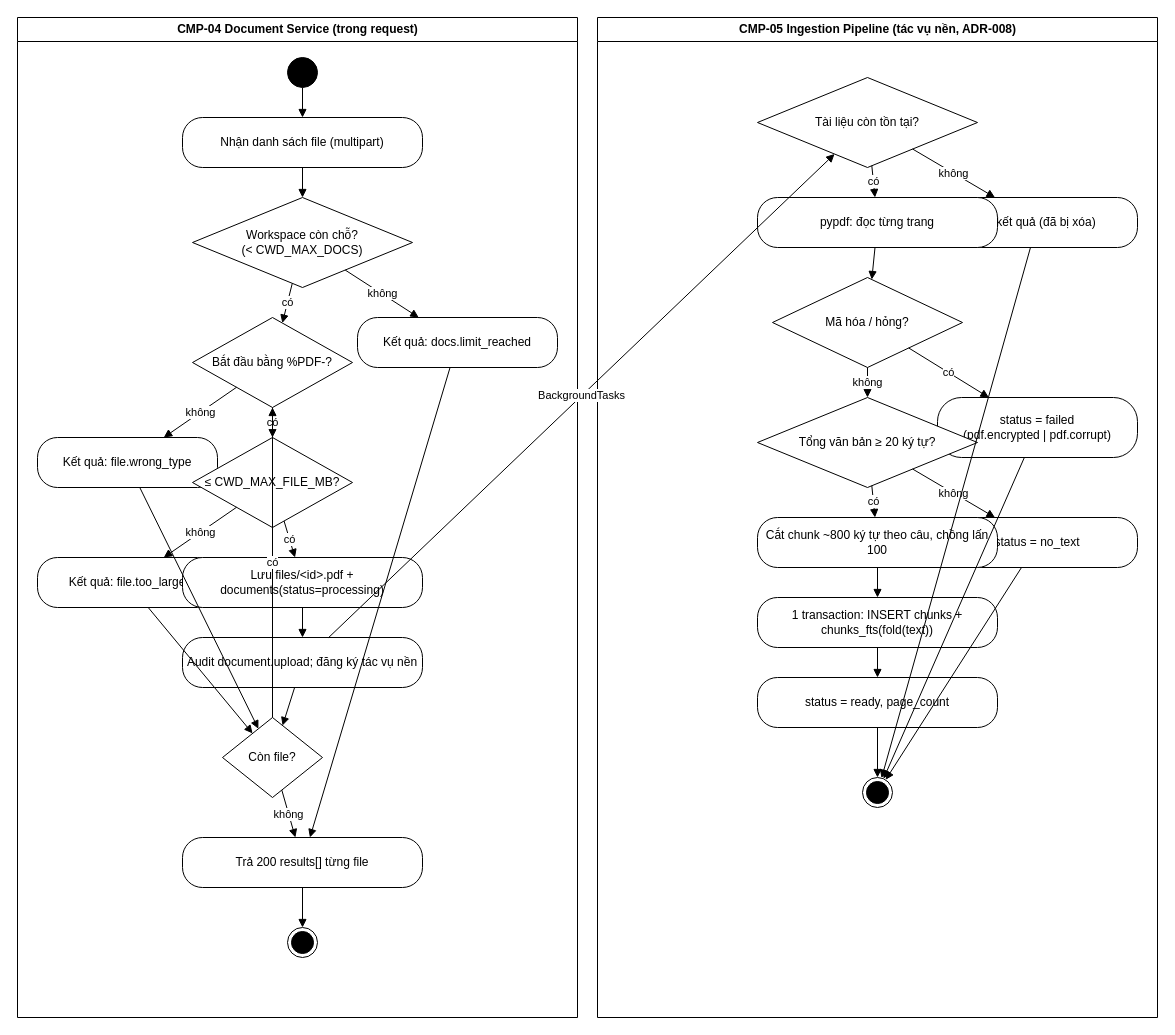
Earlier version of the draw.io diagram docs/04-design/diagrams/activity_diagram.drawio (minhtrungle/SDLC-AI-Project). Source tidied: cells renumbered, new cells numbered last; positions are measured from the earlier drawing's top-left corner, leaving out a move shared by most shapes. Both pictures are drawn from the tidied source at 100%, with x=0, y=0 at pixel (17, 17).
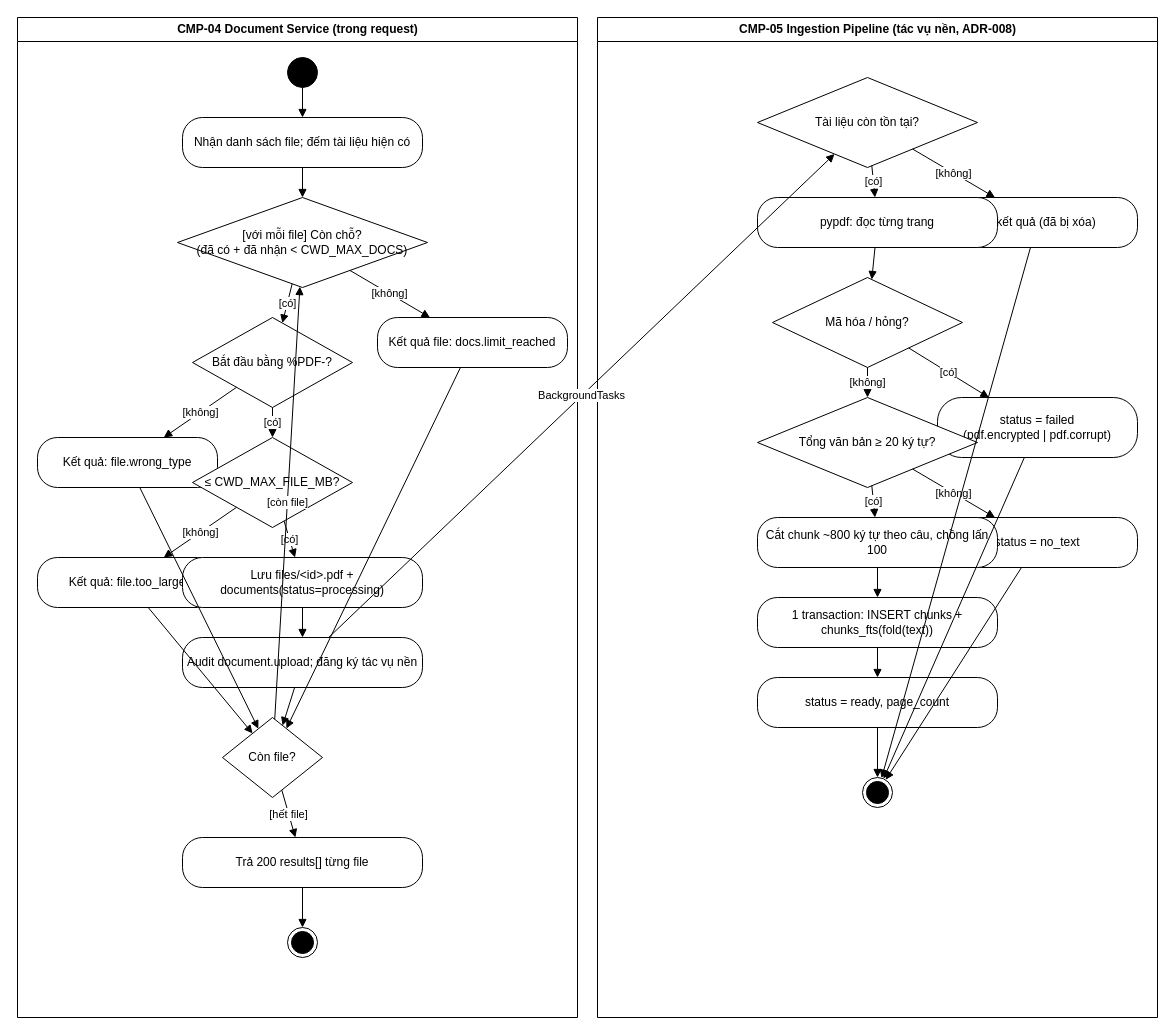
After the change.

The change refers to these unchanged cells:
```xml
<mxCell id="2" value="CMP-04 Document Service (trong request)" style="swimlane;html=1;startSize=24;horizontal=1;" parent="1" vertex="1">
  <mxGeometry width="560" height="1000" as="geometry" />
</mxCell>
<mxCell id="8" value="Bắt đầu bằng %PDF-?" style="rhombus;whiteSpace=wrap;html=1;" parent="2" vertex="1">
  <mxGeometry x="175" y="300" width="160" height="90" as="geometry" />
</mxCell>
<mxCell id="9" value="Kết quả: file.wrong_type" style="rounded=1;whiteSpace=wrap;html=1;arcSize=40;" parent="2" vertex="1">
  <mxGeometry x="20" y="420" width="180" height="50" as="geometry" />
</mxCell>
<mxCell id="10" value="≤ CWD_MAX_FILE_MB?" style="rhombus;whiteSpace=wrap;html=1;" parent="2" vertex="1">
  <mxGeometry x="175" y="420" width="160" height="90" as="geometry" />
</mxCell>
<mxCell id="11" value="Kết quả: file.too_large" style="rounded=1;whiteSpace=wrap;html=1;arcSize=40;" parent="2" vertex="1">
  <mxGeometry x="20" y="540" width="180" height="50" as="geometry" />
</mxCell>
<mxCell id="12" value="Lưu files/&amp;lt;id&amp;gt;.pdf + documents(status=processing)" style="rounded=1;whiteSpace=wrap;html=1;arcSize=40;" parent="2" vertex="1">
  <mxGeometry x="165" y="540" width="240" height="50" as="geometry" />
</mxCell>
<mxCell id="14" value="Còn file?" style="rhombus;whiteSpace=wrap;html=1;" parent="2" vertex="1">
  <mxGeometry x="205" y="700" width="100" height="80" as="geometry" />
</mxCell>
<mxCell id="15" value="Trả 200 results[] từng file" style="rounded=1;whiteSpace=wrap;html=1;arcSize=40;" parent="2" vertex="1">
  <mxGeometry x="165" y="820" width="240" height="50" as="geometry" />
</mxCell>
<mxCell id="17" value="Tài liệu còn tồn tại?" style="rhombus;whiteSpace=wrap;html=1;" parent="3" vertex="1">
  <mxGeometry x="160" y="60" width="220" height="90" as="geometry" />
</mxCell>
<mxCell id="18" value="Bỏ kết quả (đã bị xóa)" style="rounded=1;whiteSpace=wrap;html=1;arcSize=40;" parent="3" vertex="1">
  <mxGeometry x="340" y="180" width="200" height="50" as="geometry" />
</mxCell>
<mxCell id="19" value="pypdf: đọc từng trang" style="rounded=1;whiteSpace=wrap;html=1;arcSize=40;" parent="3" vertex="1">
  <mxGeometry x="160" y="180" width="240" height="50" as="geometry" />
</mxCell>
<mxCell id="20" value="Mã hóa / hỏng?" style="rhombus;whiteSpace=wrap;html=1;" parent="3" vertex="1">
  <mxGeometry x="175" y="260" width="190" height="90" as="geometry" />
</mxCell>
<mxCell id="21" value="status = failed&lt;br&gt;(pdf.encrypted | pdf.corrupt)" style="rounded=1;whiteSpace=wrap;html=1;arcSize=40;" parent="3" vertex="1">
  <mxGeometry x="340" y="380" width="200" height="60" as="geometry" />
</mxCell>
<mxCell id="22" value="Tổng văn bản ≥ 20 ký tự?" style="rhombus;whiteSpace=wrap;html=1;" parent="3" vertex="1">
  <mxGeometry x="160" y="380" width="220" height="90" as="geometry" />
</mxCell>
<mxCell id="23" value="status = no_text" style="rounded=1;whiteSpace=wrap;html=1;arcSize=40;" parent="3" vertex="1">
  <mxGeometry x="340" y="500" width="200" height="50" as="geometry" />
</mxCell>
<mxCell id="24" value="Cắt chunk ~800 ký tự theo câu, chồng lấn 100" style="rounded=1;whiteSpace=wrap;html=1;arcSize=40;" parent="3" vertex="1">
  <mxGeometry x="160" y="500" width="240" height="50" as="geometry" />
</mxCell>
```

What changed in the source:
```diff
@@
-    <mxCell id="5" value="Nhận danh sách file (multipart)" style="rounded=1;whiteSpace=wrap;html=1;arcSize=40;" parent="2" vertex="1">
+    <mxCell id="5" value="Nhận danh sách file; đếm tài liệu hiện có" style="rounded=1;whiteSpace=wrap;html=1;arcSize=40;" parent="2" vertex="1">
       <mxGeometry x="165" y="100" width="240" height="50" as="geometry" />
     </mxCell>
-    <mxCell id="6" value="Workspace còn chỗ?&lt;br&gt;(&lt; CWD_MAX_DOCS)" style="rhombus;whiteSpace=wrap;html=1;" parent="2" vertex="1">
-      <mxGeometry x="175" y="180" width="220" height="90" as="geometry" />
+    <mxCell id="6" value="[với mỗi file] Còn chỗ?&lt;br&gt;(đã có + đã nhận &lt; CWD_MAX_DOCS)" style="rhombus;whiteSpace=wrap;html=1;" parent="2" vertex="1">
+      <mxGeometry x="160" y="180" width="250" height="90" as="geometry" />
     </mxCell>
-    <mxCell id="7" value="Kết quả: docs.limit_reached" style="rounded=1;whiteSpace=wrap;html=1;arcSize=40;" parent="2" vertex="1">
-      <mxGeometry x="340" y="300" width="200" height="50" as="geometry" />
+    <mxCell id="7" value="Kết quả file: docs.limit_reached" style="rounded=1;whiteSpace=wrap;html=1;arcSize=40;" parent="2" vertex="1">
+      <mxGeometry x="360" y="300" width="190" height="50" as="geometry" />
     </mxCell>
@@
-    <mxCell id="30" value="không" style="endArrow=block;endFill=1;html=1;" parent="1" edge="1" source="6" target="7">
+    <mxCell id="30" value="[không]" style="endArrow=block;endFill=1;html=1;" parent="1" edge="1" source="6" target="7">
       <mxGeometry relative="1" as="geometry" />
     </mxCell>
-    <mxCell id="31" value="có" style="endArrow=block;endFill=1;html=1;" parent="1" edge="1" source="6" target="8">
+    <mxCell id="31" value="[có]" style="endArrow=block;endFill=1;html=1;" parent="1" edge="1" source="6" target="8">
       <mxGeometry relative="1" as="geometry" />
     </mxCell>
-    <mxCell id="32" value="không" style="endArrow=block;endFill=1;html=1;" parent="1" edge="1" source="8" target="9">
+    <mxCell id="32" value="[không]" style="endArrow=block;endFill=1;html=1;" parent="1" edge="1" source="8" target="9">
       <mxGeometry relative="1" as="geometry" />
     </mxCell>
-    <mxCell id="33" value="có" style="endArrow=block;endFill=1;html=1;" parent="1" edge="1" source="8" target="10">
+    <mxCell id="33" value="[có]" style="endArrow=block;endFill=1;html=1;" parent="1" edge="1" source="8" target="10">
       <mxGeometry relative="1" as="geometry" />
     </mxCell>
-    <mxCell id="34" value="không" style="endArrow=block;endFill=1;html=1;" parent="1" edge="1" source="10" target="11">
+    <mxCell id="34" value="[không]" style="endArrow=block;endFill=1;html=1;" parent="1" edge="1" source="10" target="11">
       <mxGeometry relative="1" as="geometry" />
     </mxCell>
-    <mxCell id="35" value="có" style="endArrow=block;endFill=1;html=1;" parent="1" edge="1" source="10" target="12">
+    <mxCell id="35" value="[có]" style="endArrow=block;endFill=1;html=1;" parent="1" edge="1" source="10" target="12">
       <mxGeometry relative="1" as="geometry" />
     </mxCell>
@@
-    <mxCell id="40" value="có" style="endArrow=block;endFill=1;html=1;" parent="1" edge="1" source="14" target="8">
+    <mxCell id="40" value="[còn file]" style="endArrow=block;endFill=1;html=1;" parent="1" edge="1" source="14" target="6">
       <mxGeometry relative="1" as="geometry" />
     </mxCell>
-    <mxCell id="41" value="không" style="endArrow=block;endFill=1;html=1;" parent="1" edge="1" source="14" target="15">
+    <mxCell id="41" value="[hết file]" style="endArrow=block;endFill=1;html=1;" parent="1" edge="1" source="14" target="15">
       <mxGeometry relative="1" as="geometry" />
     </mxCell>
-    <mxCell id="42" style="endArrow=block;endFill=1;html=1;" parent="1" edge="1" source="7" target="15">
+    <mxCell id="42" style="endArrow=block;endFill=1;html=1;" parent="1" edge="1" source="7" target="14">
       <mxGeometry relative="1" as="geometry" />
     </mxCell>
@@
-    <mxCell id="45" value="không" style="endArrow=block;endFill=1;html=1;" parent="1" edge="1" source="17" target="18">
+    <mxCell id="45" value="[không]" style="endArrow=block;endFill=1;html=1;" parent="1" edge="1" source="17" target="18">
       <mxGeometry relative="1" as="geometry" />
     </mxCell>
-    <mxCell id="46" value="có" style="endArrow=block;endFill=1;html=1;" parent="1" edge="1" source="17" target="19">
+    <mxCell id="46" value="[có]" style="endArrow=block;endFill=1;html=1;" parent="1" edge="1" source="17" target="19">
       <mxGeometry relative="1" as="geometry" />
     </mxCell>
@@
-    <mxCell id="48" value="có" style="endArrow=block;endFill=1;html=1;" parent="1" edge="1" source="20" target="21">
+    <mxCell id="48" value="[có]" style="endArrow=block;endFill=1;html=1;" parent="1" edge="1" source="20" target="21">
       <mxGeometry relative="1" as="geometry" />
     </mxCell>
-    <mxCell id="49" value="không" style="endArrow=block;endFill=1;html=1;" parent="1" edge="1" source="20" target="22">
+    <mxCell id="49" value="[không]" style="endArrow=block;endFill=1;html=1;" parent="1" edge="1" source="20" target="22">
       <mxGeometry relative="1" as="geometry" />
     </mxCell>
-    <mxCell id="50" value="không" style="endArrow=block;endFill=1;html=1;" parent="1" edge="1" source="22" target="23">
+    <mxCell id="50" value="[không]" style="endArrow=block;endFill=1;html=1;" parent="1" edge="1" source="22" target="23">
       <mxGeometry relative="1" as="geometry" />
     </mxCell>
-    <mxCell id="51" value="có" style="endArrow=block;endFill=1;html=1;" parent="1" edge="1" source="22" target="24">
+    <mxCell id="51" value="[có]" style="endArrow=block;endFill=1;html=1;" parent="1" edge="1" source="22" target="24">
       <mxGeometry relative="1" as="geometry" />
     </mxCell>
```
